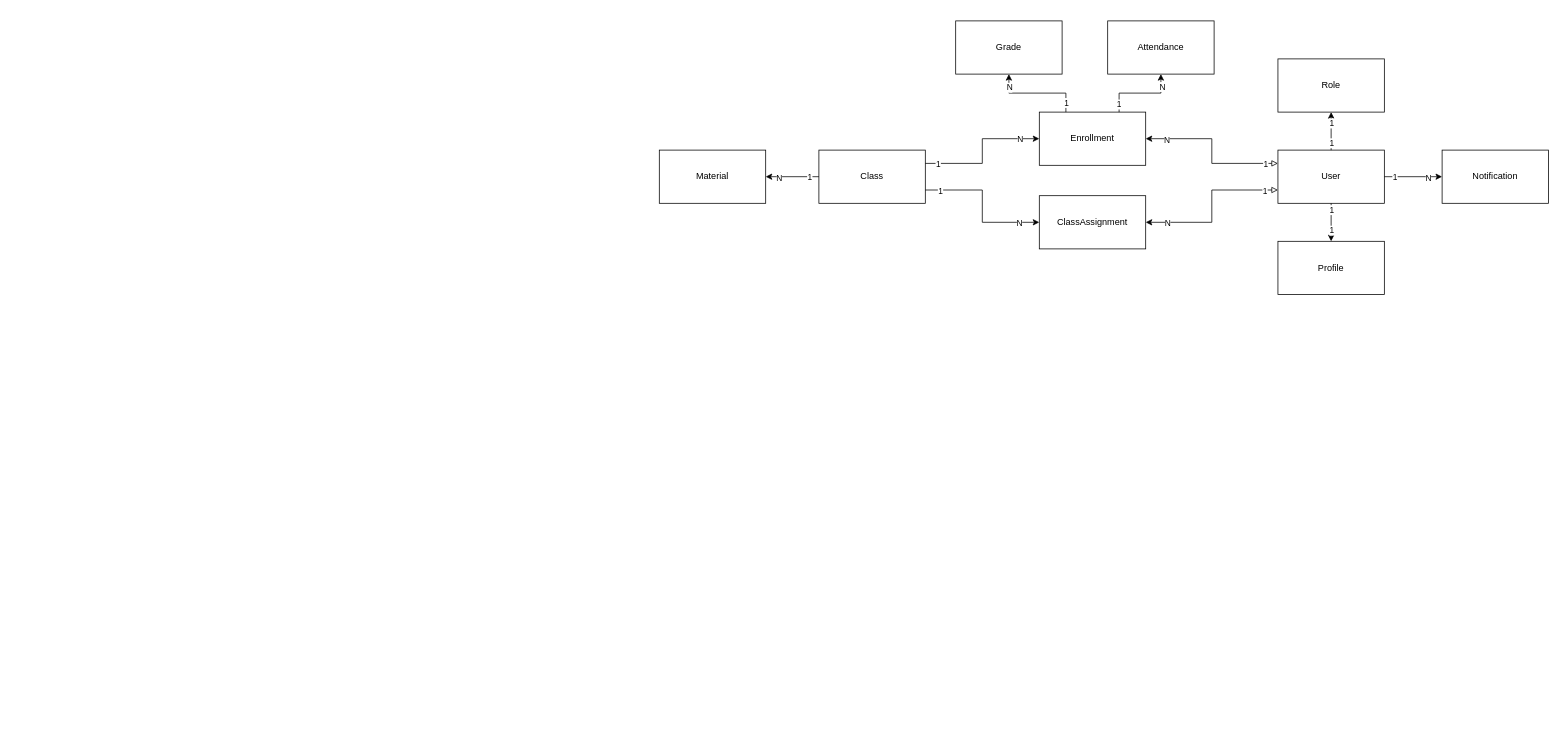
Before: DMD.drawio in KonstancjaMG/SMS_Backend, a draw.io diagram. Source tidied: cells renumbered, new cells numbered last; positions are measured from the earlier drawing's top-left corner, leaving out a move shared by most shapes. Both pictures are drawn from the tidied source at 76%, with x=0, y=0 at pixel (659, 21).
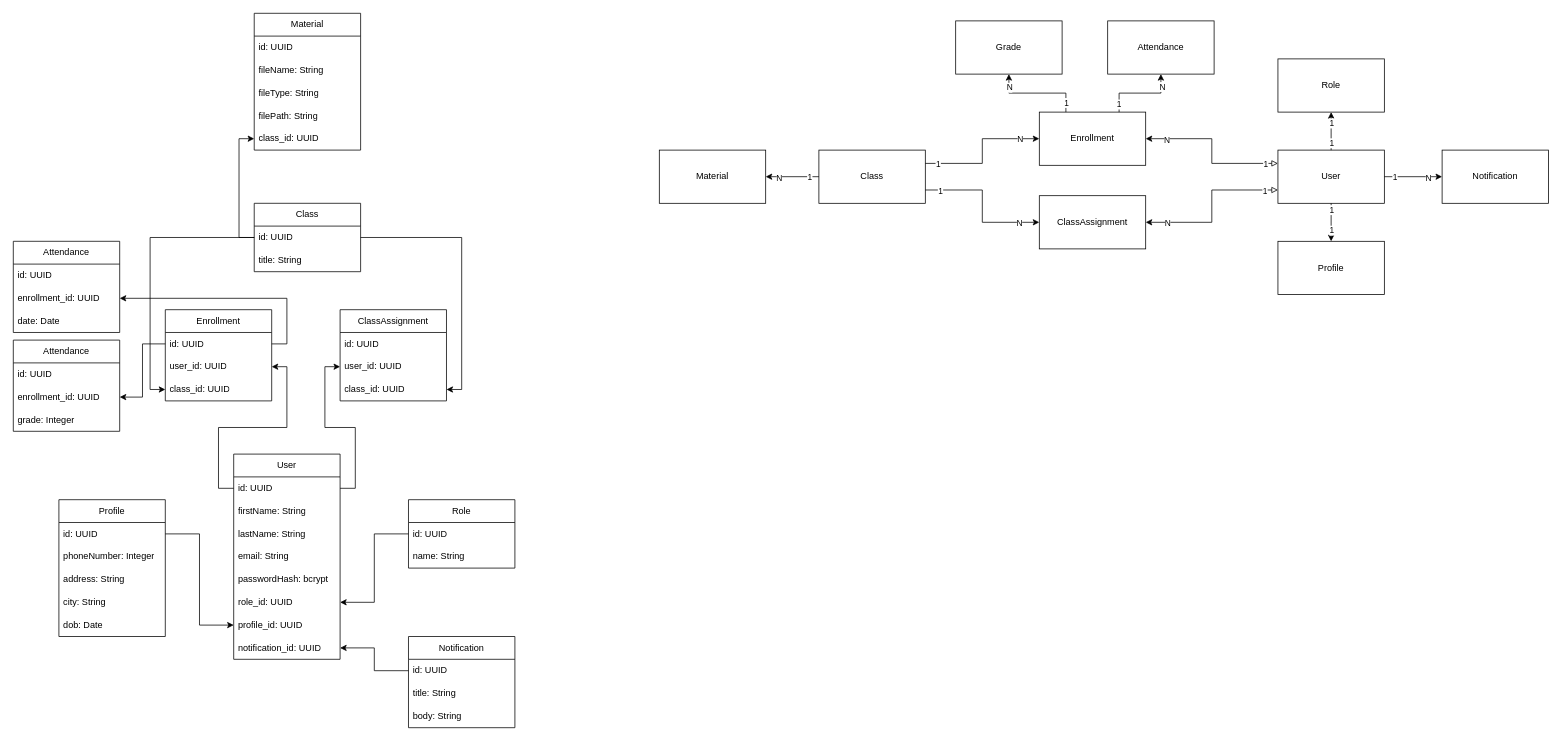
Above is the later version.

What changed in the source:
```diff
@@
+    <mxCell id="43" style="group;" parent="1" vertex="1">
+      <mxGeometry x="-850" y="-10" width="660" height="940" as="geometry" />
+    </mxCell>
+    <mxCell id="44" value="User" style="swimlane;fontStyle=0;horizontal=1;startSize=30;whiteSpace=wrap;html=1;" parent="43" vertex="1">
+      <mxGeometry x="290" y="580" width="140" height="270" as="geometry" />
+    </mxCell>
+    <mxCell id="45" value="id: UUID" style="text;strokeColor=none;fillColor=none;align=left;verticalAlign=middle;spacingLeft=4;spacingRight=4;overflow=hidden;points=[[0,0.5],[1,0.5]];portConstraint=eastwest;whiteSpace=wrap;html=1;" parent="44" vertex="1">
+      <mxGeometry y="30" width="140" height="30" as="geometry" />
+    </mxCell>
+    <mxCell id="46" value="firstName: String" style="text;strokeColor=none;fillColor=none;align=left;verticalAlign=middle;spacingLeft=4;spacingRight=4;overflow=hidden;whiteSpace=wrap;html=1;" parent="44" vertex="1">
+      <mxGeometry y="60" width="140" height="30" as="geometry" />
+    </mxCell>
+    <mxCell id="47" value="lastName: String" style="text;strokeColor=none;fillColor=none;align=left;verticalAlign=middle;spacingLeft=4;spacingRight=4;overflow=hidden;whiteSpace=wrap;html=1;" parent="44" vertex="1">
+      <mxGeometry y="90" width="140" height="30" as="geometry" />
+    </mxCell>
+    <mxCell id="48" value="email: String" style="text;strokeColor=none;fillColor=none;align=left;verticalAlign=middle;spacingLeft=4;spacingRight=4;overflow=hidden;whiteSpace=wrap;html=1;" parent="44" vertex="1">
+      <mxGeometry y="120" width="140" height="30" as="geometry" />
+    </mxCell>
+    <mxCell id="49" value="passwordHash: bcrypt" style="text;strokeColor=none;fillColor=none;align=left;verticalAlign=middle;spacingLeft=4;spacingRight=4;overflow=hidden;whiteSpace=wrap;html=1;" parent="44" vertex="1">
+      <mxGeometry y="150" width="140" height="30" as="geometry" />
+    </mxCell>
+    <mxCell id="50" value="role_id: UUID" style="text;strokeColor=none;fillColor=none;align=left;verticalAlign=middle;spacingLeft=4;spacingRight=4;overflow=hidden;points=[[0,0.5],[1,0.5]];portConstraint=eastwest;whiteSpace=wrap;html=1;" parent="44" vertex="1">
+      <mxGeometry y="180" width="140" height="30" as="geometry" />
+    </mxCell>
+    <mxCell id="51" value="profile_id: UUID" style="text;strokeColor=none;fillColor=none;align=left;verticalAlign=middle;spacingLeft=4;spacingRight=4;overflow=hidden;points=[[0,0.5],[1,0.5]];portConstraint=eastwest;whiteSpace=wrap;html=1;" parent="44" vertex="1">
+      <mxGeometry y="210" width="140" height="30" as="geometry" />
+    </mxCell>
+    <mxCell id="52" value="notification_id: UUID" style="text;strokeColor=none;fillColor=none;align=left;verticalAlign=middle;spacingLeft=4;spacingRight=4;overflow=hidden;points=[[0,0.5],[1,0.5]];portConstraint=eastwest;whiteSpace=wrap;html=1;" parent="44" vertex="1">
+      <mxGeometry y="240" width="140" height="30" as="geometry" />
+    </mxCell>
+    <mxCell id="53" value="Role" style="swimlane;fontStyle=0;horizontal=1;startSize=30;whiteSpace=wrap;html=1;" parent="43" vertex="1">
+      <mxGeometry x="520" y="640" width="140" height="90" as="geometry" />
+    </mxCell>
+    <mxCell id="54" value="id: UUID" style="text;strokeColor=none;fillColor=none;align=left;verticalAlign=middle;spacingLeft=4;spacingRight=4;overflow=hidden;points=[[0,0.5],[1,0.5]];portConstraint=eastwest;whiteSpace=wrap;html=1;" parent="53" vertex="1">
+      <mxGeometry y="30" width="140" height="30" as="geometry" />
+    </mxCell>
+    <mxCell id="55" value="name: String" style="text;strokeColor=none;fillColor=none;align=left;verticalAlign=middle;spacingLeft=4;spacingRight=4;overflow=hidden;whiteSpace=wrap;html=1;" parent="53" vertex="1">
+      <mxGeometry y="60" width="140" height="30" as="geometry" />
+    </mxCell>
+    <mxCell id="56" value="Profile" style="swimlane;fontStyle=0;horizontal=1;startSize=30;whiteSpace=wrap;html=1;" parent="43" vertex="1">
+      <mxGeometry x="60" y="640" width="140" height="180" as="geometry" />
+    </mxCell>
+    <mxCell id="57" value="id: UUID" style="text;strokeColor=none;fillColor=none;align=left;verticalAlign=middle;spacingLeft=4;spacingRight=4;overflow=hidden;points=[[0,0.5],[1,0.5]];portConstraint=eastwest;whiteSpace=wrap;html=1;" parent="56" vertex="1">
+      <mxGeometry y="30" width="140" height="30" as="geometry" />
+    </mxCell>
+    <mxCell id="58" value="phoneNumber: Integer" style="text;strokeColor=none;fillColor=none;align=left;verticalAlign=middle;spacingLeft=4;spacingRight=4;overflow=hidden;whiteSpace=wrap;html=1;" parent="56" vertex="1">
+      <mxGeometry y="60" width="140" height="30" as="geometry" />
+    </mxCell>
+    <mxCell id="59" value="address: String" style="text;strokeColor=none;fillColor=none;align=left;verticalAlign=middle;spacingLeft=4;spacingRight=4;overflow=hidden;whiteSpace=wrap;html=1;" parent="56" vertex="1">
+      <mxGeometry y="90" width="140" height="30" as="geometry" />
+    </mxCell>
+    <mxCell id="60" value="city: String" style="text;strokeColor=none;fillColor=none;align=left;verticalAlign=middle;spacingLeft=4;spacingRight=4;overflow=hidden;whiteSpace=wrap;html=1;" parent="56" vertex="1">
+      <mxGeometry y="120" width="140" height="30" as="geometry" />
+    </mxCell>
+    <mxCell id="61" value="dob: Date" style="text;strokeColor=none;fillColor=none;align=left;verticalAlign=middle;spacingLeft=4;spacingRight=4;overflow=hidden;whiteSpace=wrap;html=1;" parent="56" vertex="1">
+      <mxGeometry y="150" width="140" height="30" as="geometry" />
+    </mxCell>
+    <mxCell id="62" style="edgeStyle=orthogonalEdgeStyle;rounded=0;jettySize=auto;html=1;exitX=0;exitY=0.5;exitDx=0;exitDy=0;entryX=1;entryY=0.5;entryDx=0;entryDy=0;" parent="43" edge="1" source="54" target="50">
+      <mxGeometry relative="1" as="geometry" />
+    </mxCell>
+    <mxCell id="63" style="edgeStyle=orthogonalEdgeStyle;rounded=0;jettySize=auto;html=1;exitX=1;exitY=0.5;exitDx=0;exitDy=0;entryX=0;entryY=0.5;entryDx=0;entryDy=0;" parent="43" edge="1" source="57" target="51">
+      <mxGeometry relative="1" as="geometry" />
+    </mxCell>
+    <mxCell id="64" value="Notification" style="swimlane;fontStyle=0;horizontal=1;startSize=30;whiteSpace=wrap;html=1;" parent="43" vertex="1">
+      <mxGeometry x="520" y="820" width="140" height="120" as="geometry" />
+    </mxCell>
+    <mxCell id="65" value="id: UUID" style="text;strokeColor=none;fillColor=none;align=left;verticalAlign=middle;spacingLeft=4;spacingRight=4;overflow=hidden;points=[[0,0.5],[1,0.5]];portConstraint=eastwest;whiteSpace=wrap;html=1;" parent="64" vertex="1">
+      <mxGeometry y="30" width="140" height="30" as="geometry" />
+    </mxCell>
+    <mxCell id="66" value="title: String" style="text;strokeColor=none;fillColor=none;align=left;verticalAlign=middle;spacingLeft=4;spacingRight=4;overflow=hidden;whiteSpace=wrap;html=1;" parent="64" vertex="1">
+      <mxGeometry y="60" width="140" height="30" as="geometry" />
+    </mxCell>
+    <mxCell id="67" value="body: String" style="text;strokeColor=none;fillColor=none;align=left;verticalAlign=middle;spacingLeft=4;spacingRight=4;overflow=hidden;whiteSpace=wrap;html=1;" parent="64" vertex="1">
+      <mxGeometry y="90" width="140" height="30" as="geometry" />
+    </mxCell>
+    <mxCell id="68" style="edgeStyle=orthogonalEdgeStyle;rounded=0;jettySize=auto;html=1;exitX=0;exitY=0.5;exitDx=0;exitDy=0;entryX=1;entryY=0.5;entryDx=0;entryDy=0;" parent="43" edge="1" source="65" target="52">
+      <mxGeometry relative="1" as="geometry" />
+    </mxCell>
+    <mxCell id="69" value="Enrollment" style="swimlane;fontStyle=0;horizontal=1;startSize=30;whiteSpace=wrap;html=1;" parent="43" vertex="1">
+      <mxGeometry x="200" y="390" width="140" height="120" as="geometry" />
+    </mxCell>
+    <mxCell id="70" value="id: UUID" style="text;strokeColor=none;fillColor=none;align=left;verticalAlign=middle;spacingLeft=4;spacingRight=4;overflow=hidden;points=[[0,0.5],[1,0.5]];portConstraint=eastwest;whiteSpace=wrap;html=1;" parent="69" vertex="1">
+      <mxGeometry y="30" width="140" height="30" as="geometry" />
+    </mxCell>
+    <mxCell id="71" value="user_id: UUID" style="text;strokeColor=none;fillColor=none;align=left;verticalAlign=middle;spacingLeft=4;spacingRight=4;overflow=hidden;points=[[0,0.5],[1,0.5]];portConstraint=eastwest;whiteSpace=wrap;html=1;" parent="69" vertex="1">
+      <mxGeometry y="60" width="140" height="30" as="geometry" />
+    </mxCell>
+    <mxCell id="72" value="class_id: UUID" style="text;strokeColor=none;fillColor=none;align=left;verticalAlign=middle;spacingLeft=4;spacingRight=4;overflow=hidden;points=[[0,0.5],[1,0.5]];portConstraint=eastwest;whiteSpace=wrap;html=1;" parent="69" vertex="1">
+      <mxGeometry y="90" width="140" height="30" as="geometry" />
+    </mxCell>
+    <mxCell id="73" value="ClassAssignment" style="swimlane;fontStyle=0;horizontal=1;startSize=30;whiteSpace=wrap;html=1;" parent="43" vertex="1">
+      <mxGeometry x="430" y="390" width="140" height="120" as="geometry" />
+    </mxCell>
+    <mxCell id="74" value="id: UUID" style="text;strokeColor=none;fillColor=none;align=left;verticalAlign=middle;spacingLeft=4;spacingRight=4;overflow=hidden;whiteSpace=wrap;html=1;" parent="73" vertex="1">
+      <mxGeometry y="30" width="140" height="30" as="geometry" />
+    </mxCell>
+    <mxCell id="75" value="user_id: UUID" style="text;strokeColor=none;fillColor=none;align=left;verticalAlign=middle;spacingLeft=4;spacingRight=4;overflow=hidden;points=[[0,0.5],[1,0.5]];portConstraint=eastwest;whiteSpace=wrap;html=1;" parent="73" vertex="1">
+      <mxGeometry y="60" width="140" height="30" as="geometry" />
+    </mxCell>
+    <mxCell id="76" value="class_id: UUID" style="text;strokeColor=none;fillColor=none;align=left;verticalAlign=middle;spacingLeft=4;spacingRight=4;overflow=hidden;points=[[0,0.5],[1,0.5]];portConstraint=eastwest;whiteSpace=wrap;html=1;" parent="73" vertex="1">
+      <mxGeometry y="90" width="140" height="30" as="geometry" />
+    </mxCell>
+    <mxCell id="77" value="Attendance" style="swimlane;fontStyle=0;horizontal=1;startSize=30;whiteSpace=wrap;html=1;" parent="43" vertex="1">
+      <mxGeometry y="300" width="140" height="120" as="geometry" />
+    </mxCell>
+    <mxCell id="78" value="id: UUID" style="text;strokeColor=none;fillColor=none;align=left;verticalAlign=middle;spacingLeft=4;spacingRight=4;overflow=hidden;whiteSpace=wrap;html=1;" parent="77" vertex="1">
+      <mxGeometry y="30" width="140" height="30" as="geometry" />
+    </mxCell>
+    <mxCell id="79" value="enrollment_id: UUID" style="text;strokeColor=none;fillColor=none;align=left;verticalAlign=middle;spacingLeft=4;spacingRight=4;overflow=hidden;points=[[0,0.5],[1,0.5]];portConstraint=eastwest;whiteSpace=wrap;html=1;" parent="77" vertex="1">
+      <mxGeometry y="60" width="140" height="30" as="geometry" />
+    </mxCell>
+    <mxCell id="80" value="date: Date" style="text;strokeColor=none;fillColor=none;align=left;verticalAlign=middle;spacingLeft=4;spacingRight=4;overflow=hidden;whiteSpace=wrap;html=1;" parent="77" vertex="1">
+      <mxGeometry y="90" width="140" height="30" as="geometry" />
+    </mxCell>
+    <mxCell id="81" value="Attendance" style="swimlane;fontStyle=0;horizontal=1;startSize=30;whiteSpace=wrap;html=1;" parent="43" vertex="1">
+      <mxGeometry y="430" width="140" height="120" as="geometry" />
+    </mxCell>
+    <mxCell id="82" value="id: UUID" style="text;strokeColor=none;fillColor=none;align=left;verticalAlign=middle;spacingLeft=4;spacingRight=4;overflow=hidden;whiteSpace=wrap;html=1;" parent="81" vertex="1">
+      <mxGeometry y="30" width="140" height="30" as="geometry" />
+    </mxCell>
+    <mxCell id="83" value="enrollment_id: UUID" style="text;strokeColor=none;fillColor=none;align=left;verticalAlign=middle;spacingLeft=4;spacingRight=4;overflow=hidden;points=[[0,0.5],[1,0.5]];portConstraint=eastwest;whiteSpace=wrap;html=1;" parent="81" vertex="1">
+      <mxGeometry y="60" width="140" height="30" as="geometry" />
+    </mxCell>
+    <mxCell id="84" value="grade: Integer" style="text;strokeColor=none;fillColor=none;align=left;verticalAlign=middle;spacingLeft=4;spacingRight=4;overflow=hidden;whiteSpace=wrap;html=1;" parent="81" vertex="1">
+      <mxGeometry y="90" width="140" height="30" as="geometry" />
+    </mxCell>
+    <mxCell id="85" value="Class" style="swimlane;fontStyle=0;horizontal=1;startSize=30;whiteSpace=wrap;html=1;" parent="43" vertex="1">
+      <mxGeometry x="317" y="250" width="140" height="90" as="geometry" />
+    </mxCell>
+    <mxCell id="86" value="id: UUID" style="text;strokeColor=none;fillColor=none;align=left;verticalAlign=middle;spacingLeft=4;spacingRight=4;overflow=hidden;points=[[0,0.5],[1,0.5]];portConstraint=eastwest;whiteSpace=wrap;html=1;" parent="85" vertex="1">
+      <mxGeometry y="30" width="140" height="30" as="geometry" />
+    </mxCell>
+    <mxCell id="87" value="title: String" style="text;strokeColor=none;fillColor=none;align=left;verticalAlign=middle;spacingLeft=4;spacingRight=4;overflow=hidden;whiteSpace=wrap;html=1;" parent="85" vertex="1">
+      <mxGeometry y="60" width="140" height="30" as="geometry" />
+    </mxCell>
+    <mxCell id="88" style="edgeStyle=orthogonalEdgeStyle;rounded=0;jettySize=auto;html=1;exitX=1;exitY=0.5;exitDx=0;exitDy=0;entryX=1;entryY=0.5;entryDx=0;entryDy=0;" parent="43" edge="1" source="86" target="76">
+      <mxGeometry relative="1" as="geometry" />
+    </mxCell>
+    <mxCell id="89" style="edgeStyle=orthogonalEdgeStyle;rounded=0;jettySize=auto;html=1;exitX=0;exitY=0.5;exitDx=0;exitDy=0;entryX=0;entryY=0.5;entryDx=0;entryDy=0;" parent="43" edge="1" source="86" target="72">
+      <mxGeometry relative="1" as="geometry" />
+    </mxCell>
+    <mxCell id="90" style="edgeStyle=orthogonalEdgeStyle;rounded=0;jettySize=auto;html=1;exitX=0;exitY=0.5;exitDx=0;exitDy=0;entryX=1;entryY=0.5;entryDx=0;entryDy=0;" parent="43" edge="1" source="45" target="71">
+      <mxGeometry relative="1" as="geometry" />
+    </mxCell>
+    <mxCell id="91" style="edgeStyle=orthogonalEdgeStyle;rounded=0;jettySize=auto;html=1;exitX=1;exitY=0.5;exitDx=0;exitDy=0;entryX=0;entryY=0.5;entryDx=0;entryDy=0;" parent="43" edge="1" source="45" target="75">
+      <mxGeometry relative="1" as="geometry" />
+    </mxCell>
+    <mxCell id="92" style="edgeStyle=orthogonalEdgeStyle;rounded=0;jettySize=auto;html=1;exitX=0;exitY=0.5;exitDx=0;exitDy=0;entryX=1;entryY=0.5;entryDx=0;entryDy=0;" parent="43" edge="1" source="70" target="83">
+      <mxGeometry relative="1" as="geometry" />
+    </mxCell>
+    <mxCell id="93" style="edgeStyle=orthogonalEdgeStyle;rounded=0;jettySize=auto;html=1;exitX=1;exitY=0.5;exitDx=0;exitDy=0;entryX=1;entryY=0.5;entryDx=0;entryDy=0;" parent="43" edge="1" source="70" target="79">
+      <mxGeometry relative="1" as="geometry" />
+    </mxCell>
+    <mxCell id="94" value="Material" style="swimlane;fontStyle=0;horizontal=1;startSize=30;whiteSpace=wrap;html=1;" parent="43" vertex="1">
+      <mxGeometry x="317" width="140" height="180" as="geometry" />
+    </mxCell>
+    <mxCell id="95" value="id: UUID" style="text;strokeColor=none;fillColor=none;align=left;verticalAlign=middle;spacingLeft=4;spacingRight=4;overflow=hidden;whiteSpace=wrap;html=1;" parent="94" vertex="1">
+      <mxGeometry y="30" width="140" height="30" as="geometry" />
+    </mxCell>
+    <mxCell id="96" value="fileName: String" style="text;strokeColor=none;fillColor=none;align=left;verticalAlign=middle;spacingLeft=4;spacingRight=4;overflow=hidden;whiteSpace=wrap;html=1;" parent="94" vertex="1">
+      <mxGeometry y="60" width="140" height="30" as="geometry" />
+    </mxCell>
+    <mxCell id="97" value="fileType: String" style="text;strokeColor=none;fillColor=none;align=left;verticalAlign=middle;spacingLeft=4;spacingRight=4;overflow=hidden;whiteSpace=wrap;html=1;" parent="94" vertex="1">
+      <mxGeometry y="90" width="140" height="30" as="geometry" />
+    </mxCell>
+    <mxCell id="98" value="filePath: String" style="text;strokeColor=none;fillColor=none;align=left;verticalAlign=middle;spacingLeft=4;spacingRight=4;overflow=hidden;whiteSpace=wrap;html=1;" parent="94" vertex="1">
+      <mxGeometry y="120" width="140" height="30" as="geometry" />
+    </mxCell>
+    <mxCell id="99" value="class_id: UUID" style="text;strokeColor=none;fillColor=none;align=left;verticalAlign=middle;spacingLeft=4;spacingRight=4;overflow=hidden;points=[[0,0.5],[1,0.5]];portConstraint=eastwest;whiteSpace=wrap;html=1;" parent="94" vertex="1">
+      <mxGeometry y="150" width="140" height="30" as="geometry" />
+    </mxCell>
+    <mxCell id="100" style="edgeStyle=orthogonalEdgeStyle;rounded=0;jettySize=auto;html=1;exitX=0;exitY=0.5;exitDx=0;exitDy=0;entryX=0;entryY=0.5;entryDx=0;entryDy=0;" parent="43" edge="1" source="86" target="99">
+      <mxGeometry relative="1" as="geometry" />
+    </mxCell>
```
